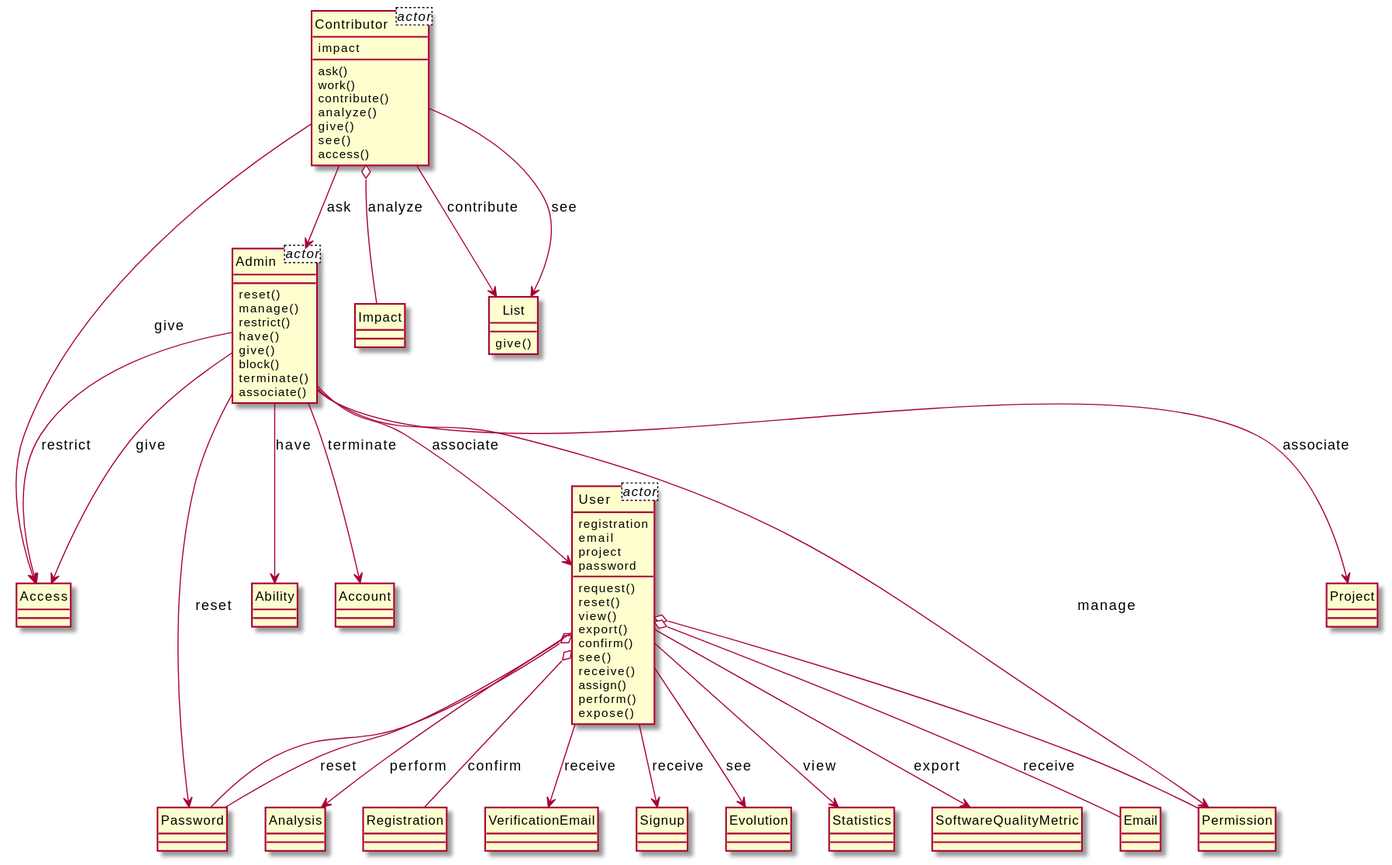
Earlier version of the PlantUML export output/diagram_5/2017-USC-Project01.svg (xixixhalu/DomainModelExtractor).
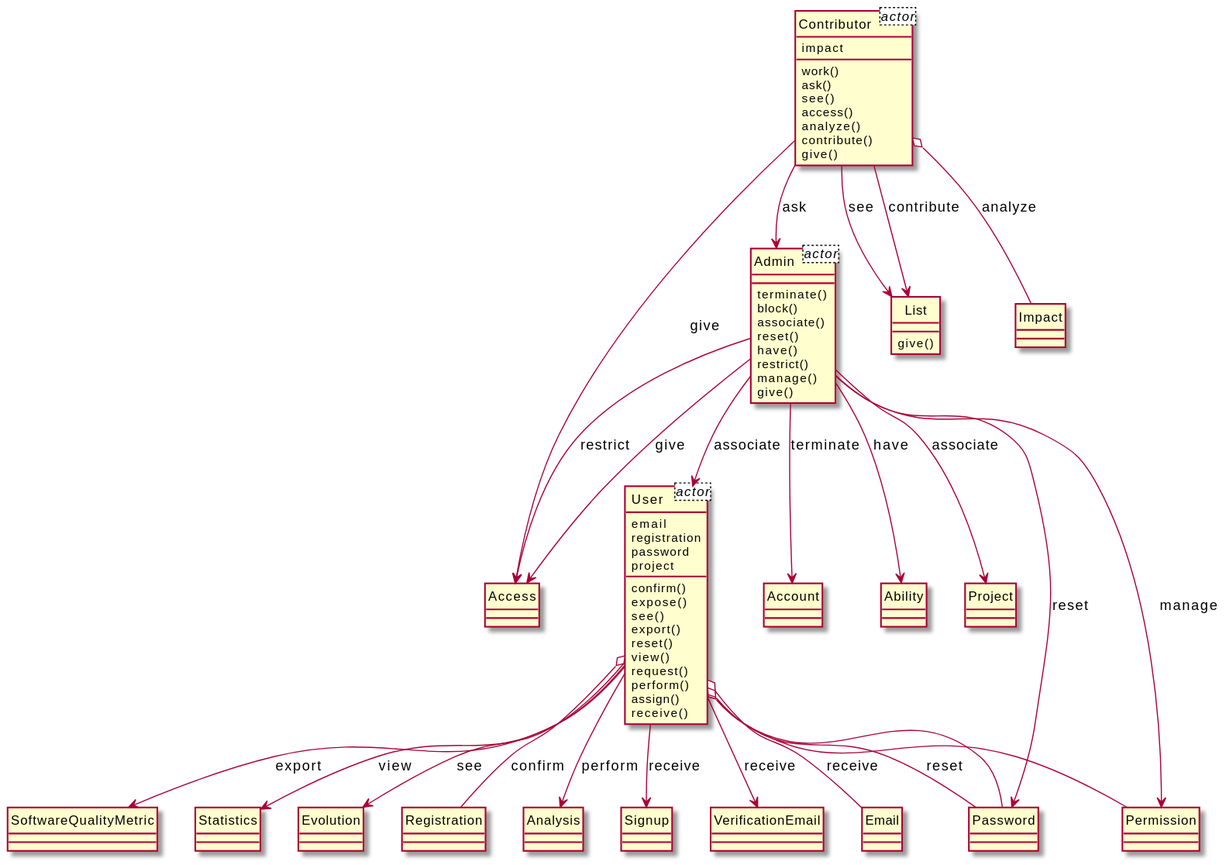
The same file after the commit.

Change to the diagram source:
```diff
@@ -3,10 +3,10 @@
 class Admin<actor> {
 }
 class User<actor> {
+	email
 	registration
-	email
+	password
 	project
-	password
 }
 class Contributor<actor> {
 	impact
@@ -14,89 +14,89 @@
 class Permission {
 }
 class Admin {
+	terminate()
+	block()
+	associate()
 	reset()
+	have()
+	restrict()
 	manage()
-	restrict()
-	have()
 	give()
-	block()
-	terminate()
-	associate()
+}
+class Access {
+}
+class Account {
 }
 class User {
-	request()
+	confirm()
+	expose()
+	see()
+	export()
 	reset()
 	view()
-	export()
-	confirm()
-	see()
+	request()
+	perform()
+	assign()
 	receive()
-	assign()
-	perform()
-	expose()
-}
-class SoftwareQualityMetric {
-}
-class Contributor {
-	ask()
-	work()
-	contribute()
-	analyze()
-	give()
-	see()
-	access()
-}
-class Impact {
-}
-class Statistics {
 }
 class Email {
 }
-class Project {
-}
-class Access {
-}
 class Password {
 }
-class Analysis {
+class Ability {
 }
-class Ability {
+class Contributor {
+	work()
+	ask()
+	see()
+	access()
+	analyze()
+	contribute()
+	give()
 }
 class List {
 	give()
 }
+class SoftwareQualityMetric {
+}
+class Statistics {
+}
+class Evolution {
+}
 class Registration {
+}
+class Impact {
+}
+class Project {
+}
+class Analysis {
+}
+class Signup {
 }
 class VerificationEmail {
 }
-class Signup {
-}
-class Account {
-}
-class Evolution {
-}
+User o-- Permission
+Contributor --> Admin : ask
+Admin --> Password : reset
+User --> Analysis : perform
+Contributor --> List : contribute
+Contributor --> Access : give
+User --> Signup : receive
+Admin --> Permission : manage
 User --> SoftwareQualityMetric : export
+User --> VerificationEmail : receive
+User o-- Password
+Contributor --> List : see
+User --> Statistics : view
+User o-- Password : reset
+Admin --> Ability : have
+Admin --> Project : associate
+User o-- Email : receive
+User --> Evolution : see
+Admin --> Access : give
+Admin --> User : associate
+User o-- Registration : confirm
+Contributor o-- Impact : analyze
+Admin --> Account : terminate
 Admin --> Access : restrict
-User o-- Password : reset
-User o-- Password
-Admin --> Access : give
-Admin --> Permission : manage
-Contributor --> Admin : ask
-Admin --> Project : associate
-Admin --> Password : reset
-Admin --> Account : terminate
-Contributor --> Access : give
-Admin --> User : associate
-User --> Evolution : see
-User o-- Permission
-User --> Analysis : perform
-Contributor o-- Impact : analyze
-Contributor --> List : see
-Admin --> Ability : have
-User --> Statistics : view
-Contributor --> List : contribute
-User --> Signup : receive
-User o-- Registration : confirm
-User --> VerificationEmail : receive
-User o-- Email : receive
 @enduml
```
